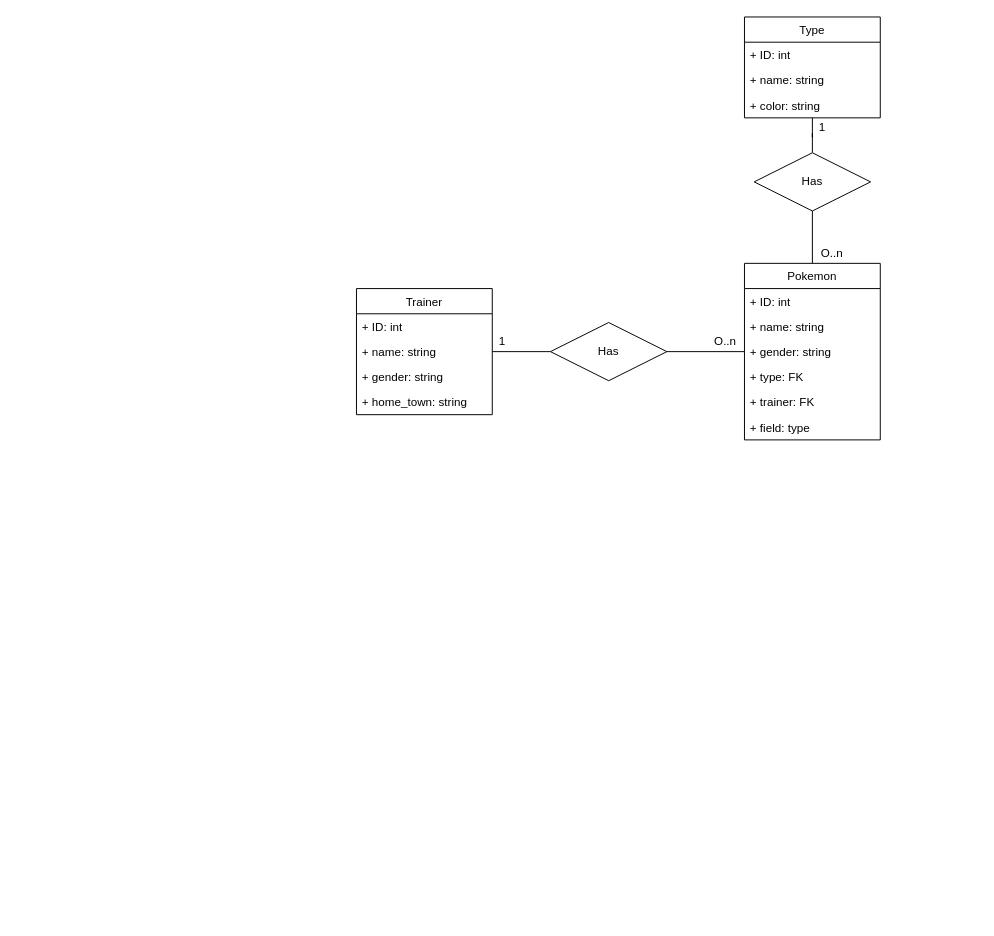
The draw.io diagram doc/pokedexSchema.drawio in Flovermeer/LARAVEL-Pokedex, before the edit. Source tidied: cells renumbered, new cells numbered last; positions are measured from the earlier drawing's top-left corner, leaving out a move shared by most shapes. Both pictures are drawn from the tidied source at 97%, with x=0, y=0 at pixel (356, 16).
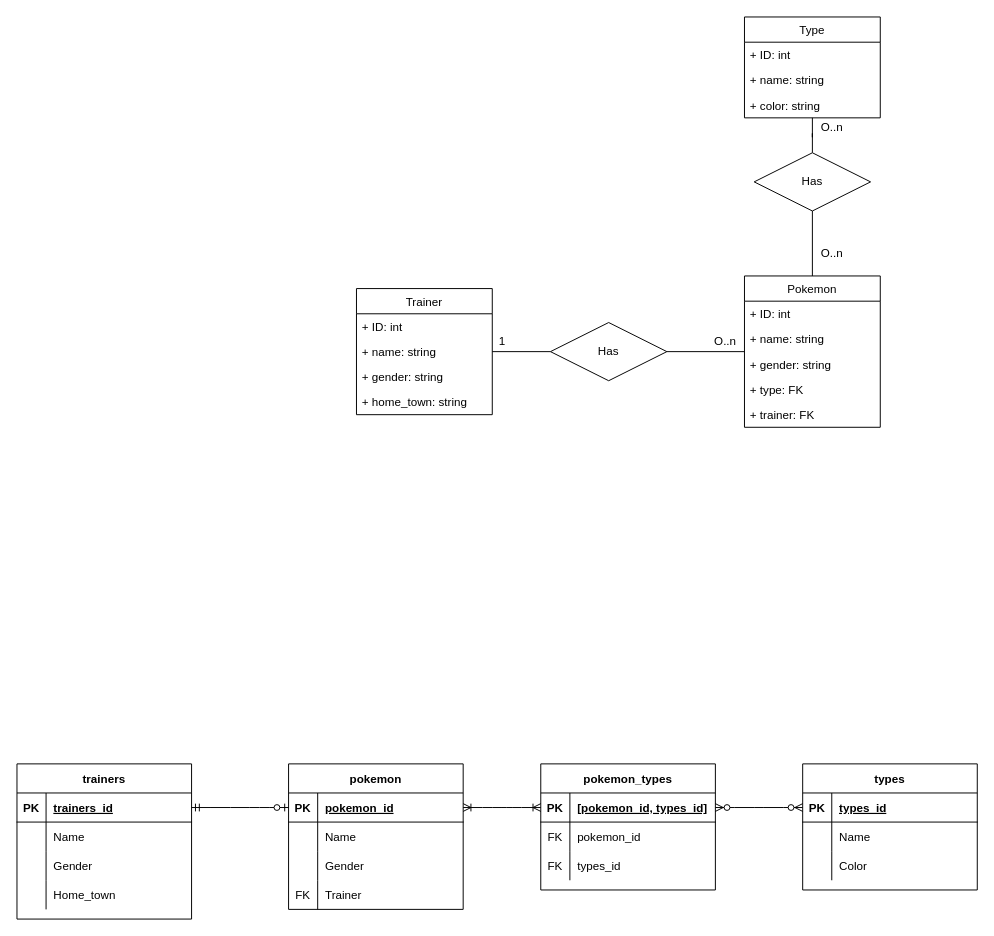
The same page after the edit.

The edit, as a diff of the source:
```diff
@@
     <mxCell id="9" value="Pokemon" style="swimlane;fontStyle=0;horizontal=1;startSize=26;fillColor=none;" parent="1" vertex="1">
-      <mxGeometry x="400" y="254" width="140" height="182" as="geometry" />
+      <mxGeometry x="400" y="267" width="140" height="156" as="geometry" />
     </mxCell>
@@
-    <mxCell id="15" value="+ field: type" style="text;strokeColor=none;fillColor=none;align=left;verticalAlign=top;spacingLeft=4;spacingRight=4;overflow=hidden;" parent="9" vertex="1">
-      <mxGeometry y="156" width="140" height="26" as="geometry" />
-    </mxCell>
@@
-    <mxCell id="26" value="1" style="text;html=1;align=center;verticalAlign=middle;strokeColor=none;" parent="1" vertex="1">
-      <mxGeometry x="470" y="104" width="20" height="20" as="geometry" />
-    </mxCell>
@@
+    <mxCell id="28" value="O..n" style="text;html=1;align=center;verticalAlign=middle;strokeColor=none;" parent="1" vertex="1">
+      <mxGeometry x="470" y="104" width="40" height="20" as="geometry" />
+    </mxCell>
+    <mxCell id="29" value="pokemon" style="shape=table;startSize=30;childLayout=tableLayout;rowLines=0;fontStyle=1;align=center;" parent="1" vertex="1">
+      <mxGeometry x="-70" y="770" width="180" height="150" as="geometry" />
+    </mxCell>
+    <mxCell id="30" style="shape=partialRectangle;fillColor=none;top=0;left=0;bottom=1;right=0;points=[[0,0.5],[1,0.5]];portConstraint=eastwest;" parent="29" vertex="1">
+      <mxGeometry y="30" width="180" height="30" as="geometry" />
+    </mxCell>
+    <mxCell id="31" value="PK" style="shape=partialRectangle;fillColor=none;top=0;left=0;bottom=0;right=0;fontStyle=1;overflow=hidden;" parent="30" vertex="1">
+      <mxGeometry width="30" height="30" as="geometry" />
+    </mxCell>
+    <mxCell id="32" value="pokemon_id" style="shape=partialRectangle;fillColor=none;top=0;left=0;bottom=0;right=0;align=left;spacingLeft=6;fontStyle=5;overflow=hidden;" parent="30" vertex="1">
+      <mxGeometry x="30" width="150" height="30" as="geometry" />
+    </mxCell>
+    <mxCell id="33" style="shape=partialRectangle;fillColor=none;top=0;left=0;bottom=0;right=0;" parent="29" vertex="1">
+      <mxGeometry y="60" width="180" height="30" as="geometry" />
+    </mxCell>
+    <mxCell id="34" style="shape=partialRectangle;fillColor=none;top=0;left=0;bottom=0;right=0;overflow=hidden;" parent="33" vertex="1">
+      <mxGeometry width="30" height="30" as="geometry" />
+    </mxCell>
+    <mxCell id="35" value="Name" style="shape=partialRectangle;fillColor=none;top=0;left=0;bottom=0;right=0;align=left;spacingLeft=6;overflow=hidden;" parent="33" vertex="1">
+      <mxGeometry x="30" width="150" height="30" as="geometry" />
+    </mxCell>
+    <mxCell id="36" style="shape=partialRectangle;fillColor=none;top=0;left=0;bottom=0;right=0;" parent="29" vertex="1">
+      <mxGeometry y="90" width="180" height="30" as="geometry" />
+    </mxCell>
+    <mxCell id="37" style="shape=partialRectangle;fillColor=none;top=0;left=0;bottom=0;right=0;overflow=hidden;" parent="36" vertex="1">
+      <mxGeometry width="30" height="30" as="geometry" />
+    </mxCell>
+    <mxCell id="38" value="Gender" style="shape=partialRectangle;fillColor=none;top=0;left=0;bottom=0;right=0;align=left;spacingLeft=6;overflow=hidden;" parent="36" vertex="1">
+      <mxGeometry x="30" width="150" height="30" as="geometry" />
+    </mxCell>
+    <mxCell id="39" style="shape=partialRectangle;fillColor=none;top=0;left=0;bottom=0;right=0;" parent="29" vertex="1">
+      <mxGeometry y="120" width="180" height="30" as="geometry" />
+    </mxCell>
+    <mxCell id="40" value="FK" style="shape=partialRectangle;fillColor=none;top=0;left=0;bottom=0;right=0;overflow=hidden;" parent="39" vertex="1">
+      <mxGeometry width="30" height="30" as="geometry" />
+    </mxCell>
+    <mxCell id="41" value="Trainer" style="shape=partialRectangle;fillColor=none;top=0;left=0;bottom=0;right=0;align=left;spacingLeft=6;overflow=hidden;" parent="39" vertex="1">
+      <mxGeometry x="30" width="150" height="30" as="geometry" />
+    </mxCell>
+    <mxCell id="42" value="types" style="shape=table;startSize=30;childLayout=tableLayout;rowLines=0;fontStyle=1;align=center;" parent="1" vertex="1">
+      <mxGeometry x="460" y="770" width="180" height="130" as="geometry" />
+    </mxCell>
+    <mxCell id="43" style="shape=partialRectangle;fillColor=none;top=0;left=0;bottom=1;right=0;points=[[0,0.5],[1,0.5]];portConstraint=eastwest;" parent="42" vertex="1">
+      <mxGeometry y="30" width="180" height="30" as="geometry" />
+    </mxCell>
+    <mxCell id="44" value="PK" style="shape=partialRectangle;fillColor=none;top=0;left=0;bottom=0;right=0;fontStyle=1;overflow=hidden;" parent="43" vertex="1">
+      <mxGeometry width="30" height="30" as="geometry" />
+    </mxCell>
+    <mxCell id="45" value="types_id" style="shape=partialRectangle;fillColor=none;top=0;left=0;bottom=0;right=0;align=left;spacingLeft=6;fontStyle=5;overflow=hidden;" parent="43" vertex="1">
+      <mxGeometry x="30" width="150" height="30" as="geometry" />
+    </mxCell>
+    <mxCell id="46" style="shape=partialRectangle;fillColor=none;top=0;left=0;bottom=0;right=0;" parent="42" vertex="1">
+      <mxGeometry y="60" width="180" height="30" as="geometry" />
+    </mxCell>
+    <mxCell id="47" style="shape=partialRectangle;fillColor=none;top=0;left=0;bottom=0;right=0;overflow=hidden;" parent="46" vertex="1">
+      <mxGeometry width="30" height="30" as="geometry" />
+    </mxCell>
+    <mxCell id="48" value="Name" style="shape=partialRectangle;fillColor=none;top=0;left=0;bottom=0;right=0;align=left;spacingLeft=6;overflow=hidden;" parent="46" vertex="1">
+      <mxGeometry x="30" width="150" height="30" as="geometry" />
+    </mxCell>
+    <mxCell id="49" style="shape=partialRectangle;fillColor=none;top=0;left=0;bottom=0;right=0;" parent="42" vertex="1">
+      <mxGeometry y="90" width="180" height="30" as="geometry" />
+    </mxCell>
+    <mxCell id="50" style="shape=partialRectangle;fillColor=none;top=0;left=0;bottom=0;right=0;overflow=hidden;" parent="49" vertex="1">
+      <mxGeometry width="30" height="30" as="geometry" />
+    </mxCell>
+    <mxCell id="51" value="Color" style="shape=partialRectangle;fillColor=none;top=0;left=0;bottom=0;right=0;align=left;spacingLeft=6;overflow=hidden;" parent="49" vertex="1">
+      <mxGeometry x="30" width="150" height="30" as="geometry" />
+    </mxCell>
+    <mxCell id="52" value="pokemon_types" style="shape=table;startSize=30;childLayout=tableLayout;rowLines=0;fontStyle=1;align=center;" parent="1" vertex="1">
+      <mxGeometry x="190" y="770" width="180" height="130" as="geometry" />
+    </mxCell>
+    <mxCell id="53" style="shape=partialRectangle;fillColor=none;top=0;left=0;bottom=1;right=0;points=[[0,0.5],[1,0.5]];portConstraint=eastwest;" parent="52" vertex="1">
+      <mxGeometry y="30" width="180" height="30" as="geometry" />
+    </mxCell>
+    <mxCell id="54" value="PK" style="shape=partialRectangle;fillColor=none;top=0;left=0;bottom=0;right=0;fontStyle=1;overflow=hidden;" parent="53" vertex="1">
+      <mxGeometry width="30" height="30" as="geometry" />
+    </mxCell>
+    <mxCell id="55" value="[pokemon_id, types_id]" style="shape=partialRectangle;fillColor=none;top=0;left=0;bottom=0;right=0;align=left;spacingLeft=6;fontStyle=5;overflow=hidden;" parent="53" vertex="1">
+      <mxGeometry x="30" width="150" height="30" as="geometry" />
+    </mxCell>
+    <mxCell id="56" style="shape=partialRectangle;fillColor=none;top=0;left=0;bottom=0;right=0;" parent="52" vertex="1">
+      <mxGeometry y="60" width="180" height="30" as="geometry" />
+    </mxCell>
+    <mxCell id="57" value="FK" style="shape=partialRectangle;fillColor=none;top=0;left=0;bottom=0;right=0;overflow=hidden;" parent="56" vertex="1">
+      <mxGeometry width="30" height="30" as="geometry" />
+    </mxCell>
+    <mxCell id="58" value="pokemon_id" style="shape=partialRectangle;fillColor=none;top=0;left=0;bottom=0;right=0;align=left;spacingLeft=6;overflow=hidden;" parent="56" vertex="1">
+      <mxGeometry x="30" width="150" height="30" as="geometry" />
+    </mxCell>
+    <mxCell id="59" style="shape=partialRectangle;fillColor=none;top=0;left=0;bottom=0;right=0;" parent="52" vertex="1">
+      <mxGeometry y="90" width="180" height="30" as="geometry" />
+    </mxCell>
+    <mxCell id="60" value="FK" style="shape=partialRectangle;fillColor=none;top=0;left=0;bottom=0;right=0;overflow=hidden;" parent="59" vertex="1">
+      <mxGeometry width="30" height="30" as="geometry" />
+    </mxCell>
+    <mxCell id="61" value="types_id" style="shape=partialRectangle;fillColor=none;top=0;left=0;bottom=0;right=0;align=left;spacingLeft=6;overflow=hidden;" parent="59" vertex="1">
+      <mxGeometry x="30" width="150" height="30" as="geometry" />
+    </mxCell>
+    <mxCell id="62" value="trainers" style="shape=table;startSize=30;childLayout=tableLayout;rowLines=0;fontStyle=1;align=center;" parent="1" vertex="1">
+      <mxGeometry x="-350" y="770" width="180" height="160" as="geometry" />
+    </mxCell>
+    <mxCell id="63" style="shape=partialRectangle;fillColor=none;top=0;left=0;bottom=1;right=0;points=[[0,0.5],[1,0.5]];portConstraint=eastwest;" parent="62" vertex="1">
+      <mxGeometry y="30" width="180" height="30" as="geometry" />
+    </mxCell>
+    <mxCell id="64" value="PK" style="shape=partialRectangle;fillColor=none;top=0;left=0;bottom=0;right=0;fontStyle=1;overflow=hidden;" parent="63" vertex="1">
+      <mxGeometry width="30" height="30" as="geometry" />
+    </mxCell>
+    <mxCell id="65" value="trainers_id" style="shape=partialRectangle;fillColor=none;top=0;left=0;bottom=0;right=0;align=left;spacingLeft=6;fontStyle=5;overflow=hidden;" parent="63" vertex="1">
+      <mxGeometry x="30" width="150" height="30" as="geometry" />
+    </mxCell>
+    <mxCell id="66" style="shape=partialRectangle;fillColor=none;top=0;left=0;bottom=0;right=0;" parent="62" vertex="1">
+      <mxGeometry y="60" width="180" height="30" as="geometry" />
+    </mxCell>
+    <mxCell id="67" style="shape=partialRectangle;fillColor=none;top=0;left=0;bottom=0;right=0;overflow=hidden;" parent="66" vertex="1">
+      <mxGeometry width="30" height="30" as="geometry" />
+    </mxCell>
+    <mxCell id="68" value="Name" style="shape=partialRectangle;fillColor=none;top=0;left=0;bottom=0;right=0;align=left;spacingLeft=6;overflow=hidden;" parent="66" vertex="1">
+      <mxGeometry x="30" width="150" height="30" as="geometry" />
+    </mxCell>
+    <mxCell id="69" style="shape=partialRectangle;fillColor=none;top=0;left=0;bottom=0;right=0;" parent="62" vertex="1">
+      <mxGeometry y="90" width="180" height="30" as="geometry" />
+    </mxCell>
+    <mxCell id="70" style="shape=partialRectangle;fillColor=none;top=0;left=0;bottom=0;right=0;overflow=hidden;" parent="69" vertex="1">
+      <mxGeometry width="30" height="30" as="geometry" />
+    </mxCell>
+    <mxCell id="71" value="Gender" style="shape=partialRectangle;fillColor=none;top=0;left=0;bottom=0;right=0;align=left;spacingLeft=6;overflow=hidden;" parent="69" vertex="1">
+      <mxGeometry x="30" width="150" height="30" as="geometry" />
+    </mxCell>
+    <mxCell id="72" style="shape=partialRectangle;fillColor=none;top=0;left=0;bottom=0;right=0;" parent="62" vertex="1">
+      <mxGeometry y="120" width="180" height="30" as="geometry" />
+    </mxCell>
+    <mxCell id="73" style="shape=partialRectangle;fillColor=none;top=0;left=0;bottom=0;right=0;overflow=hidden;" parent="72" vertex="1">
+      <mxGeometry width="30" height="30" as="geometry" />
+    </mxCell>
+    <mxCell id="74" value="Home_town" style="shape=partialRectangle;fillColor=none;top=0;left=0;bottom=0;right=0;align=left;spacingLeft=6;overflow=hidden;" parent="72" vertex="1">
+      <mxGeometry x="30" width="150" height="30" as="geometry" />
+    </mxCell>
+    <mxCell id="75" style="edgeStyle=entityRelationEdgeStyle;fontSize=12;html=1;endArrow=ERzeroToOne;startArrow=ERmandOne;exitX=1;exitY=0.5;exitDx=0;exitDy=0;entryX=0;entryY=0.5;entryDx=0;entryDy=0;" parent="1" edge="1" source="63" target="30">
+      <mxGeometry relative="1" as="geometry" />
+    </mxCell>
+    <mxCell id="76" style="edgeStyle=entityRelationEdgeStyle;fontSize=12;html=1;endArrow=ERzeroToMany;endFill=1;startArrow=ERzeroToMany;exitX=1;exitY=0.5;exitDx=0;exitDy=0;entryX=0;entryY=0.5;entryDx=0;entryDy=0;" parent="1" edge="1" source="53" target="43">
+      <mxGeometry relative="1" as="geometry" />
+    </mxCell>
+    <mxCell id="77" style="edgeStyle=entityRelationEdgeStyle;fontSize=12;html=1;endArrow=ERoneToMany;startArrow=ERoneToMany;exitX=1;exitY=0.5;exitDx=0;exitDy=0;entryX=0;entryY=0.5;entryDx=0;entryDy=0;" parent="1" edge="1" source="30" target="53">
+      <mxGeometry relative="1" as="geometry" />
+    </mxCell>
```
